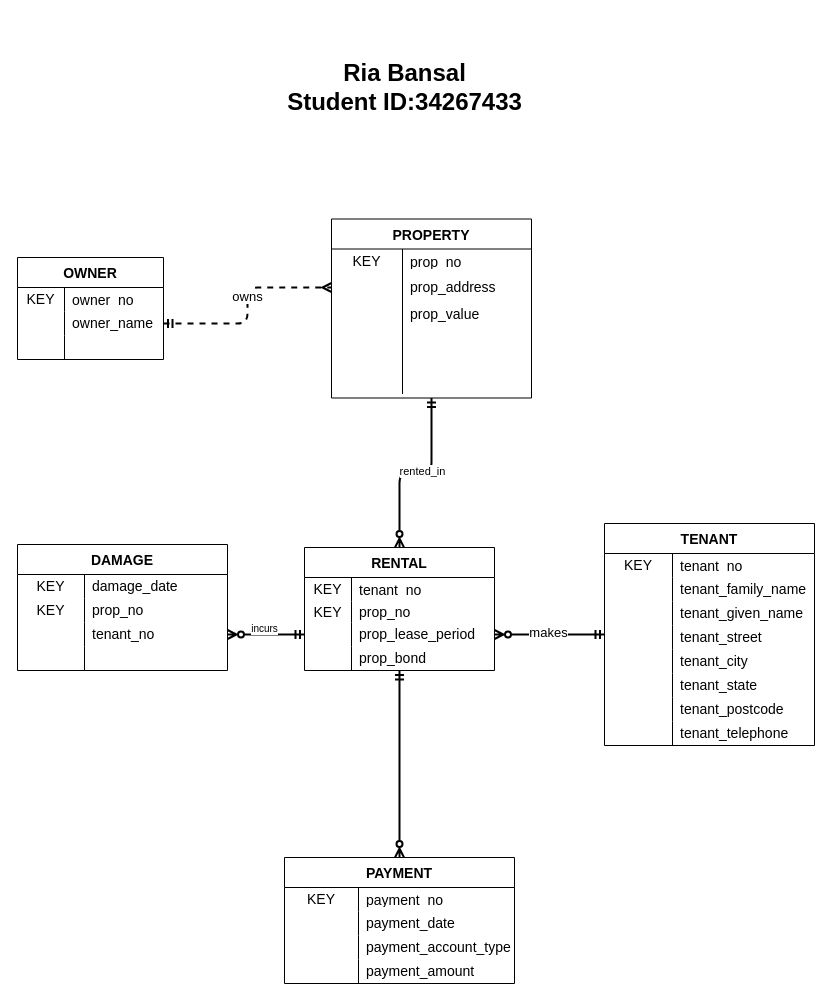
This is Applied/App02/prs_conceptual.drawio from riabansal27/databases-project, a draw.io file, before an edit. Source tidied: cells renumbered, new cells numbered last; positions are measured from the earlier drawing's top-left corner, leaving out a move shared by most shapes. Both pictures are drawn from the tidied source at 100%, with x=0, y=0 at pixel (17, 47).
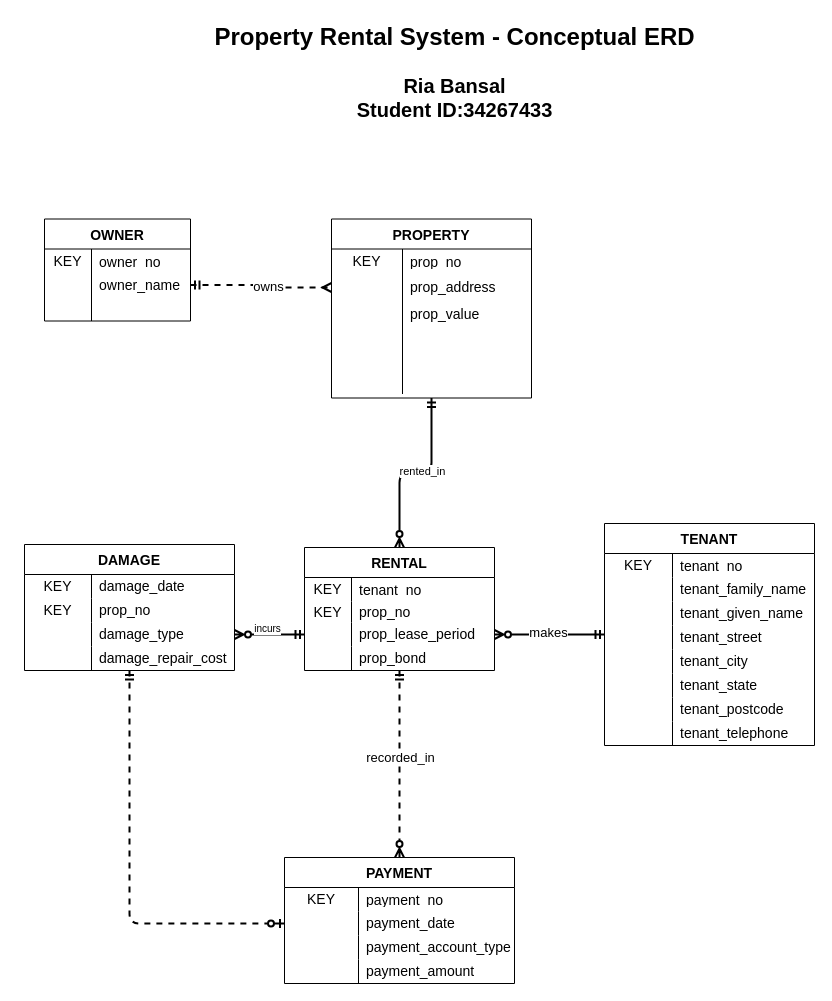
After the change.

The change refers to these unchanged cells:
```xml
<mxCell id="12" value="PAYMENT" style="shape=table;startSize=30;childLayout=tableLayout;rowLines=0;fontStyle=1;fontSize=14;strokeWidth=1;rounded=0;" parent="1" vertex="1">
  <mxGeometry x="267" y="810" width="230" height="126" as="geometry" />
</mxCell>
<mxCell id="16" style="shape=tableRow;horizontal=0;startSize=0;swimlaneHead=0;swimlaneBody=0;top=0;left=0;bottom=0;right=0;fillColor=none;points=[[0,0.5],[1,0.5]];portConstraint=eastwest;strokeColor=inherit;fontSize=16;" parent="12" vertex="1">
  <mxGeometry y="54" width="230" height="24" as="geometry" />
</mxCell>
<mxCell id="45" value="RENTAL" style="shape=table;startSize=30;childLayout=tableLayout;rowLines=0;fontStyle=1;fontSize=14;strokeWidth=1;rounded=0;" parent="1" vertex="1">
  <mxGeometry x="287" y="500" width="190" height="123" as="geometry" />
</mxCell>
<mxCell id="52" style="shape=tableRow;horizontal=0;startSize=0;swimlaneHead=0;swimlaneBody=0;top=0;left=0;bottom=0;right=0;fillColor=none;points=[[0,0.5],[1,0.5]];portConstraint=eastwest;strokeColor=inherit;fontSize=16;" parent="45" vertex="1">
  <mxGeometry y="75" width="190" height="24" as="geometry" />
</mxCell>
<mxCell id="90" style="shape=tableRow;horizontal=0;startSize=0;swimlaneHead=0;swimlaneBody=0;top=0;left=0;bottom=0;right=0;fillColor=none;points=[[0,0.5],[1,0.5]];portConstraint=eastwest;strokeColor=inherit;fontSize=16;" parent="83" vertex="1">
  <mxGeometry y="78" width="210" height="24" as="geometry" />
</mxCell>
<mxCell id="93" style="shape=tableRow;horizontal=0;startSize=0;swimlaneHead=0;swimlaneBody=0;top=0;left=0;bottom=0;right=0;fillColor=none;strokeColor=inherit;fontSize=16;" parent="83" vertex="1">
  <mxGeometry y="102" width="210" height="24" as="geometry" />
</mxCell>
```

Change to the diagram source:
```diff
@@
     <mxCell id="2" value="OWNER" style="shape=table;startSize=30;childLayout=tableLayout;rowLines=0;fontStyle=1;fontSize=14;strokeWidth=1;rounded=0;" parent="1" vertex="1">
-      <mxGeometry y="210" width="146" height="102" as="geometry" />
+      <mxGeometry x="27" y="171.5" width="146" height="102" as="geometry" />
     </mxCell>
@@
-    <mxCell id="44" style="endArrow=ERzeroToMany;endFill=0;startArrow=ERmandOne;startFill=0;edgeStyle=orthogonalEdgeStyle;strokeWidth=2;" parent="1" edge="1" source="45" target="12">
+    <mxCell id="44" style="endArrow=ERzeroToMany;endFill=0;startArrow=ERmandOne;startFill=0;edgeStyle=orthogonalEdgeStyle;strokeWidth=2;dashed=1;" parent="1" edge="1" source="45" target="12">
       <mxGeometry relative="1" as="geometry" />
     </mxCell>
+    <mxCell id="105" value="recorded_in" style="edgeLabel;html=1;align=center;verticalAlign=middle;fontSize=13;" parent="44" vertex="1">
+      <mxGeometry x="-0.08" relative="1" as="geometry" />
+    </mxCell>
@@
+    <mxCell id="106" style="endArrow=ERzeroToOne;endFill=0;startArrow=ERmandOne;startFill=0;dashed=1;edgeStyle=orthogonalEdgeStyle;strokeWidth=2;" parent="1" edge="1" source="83" target="16">
+      <mxGeometry relative="1" as="geometry" />
+    </mxCell>
     <mxCell id="83" value="DAMAGE" style="shape=table;startSize=30;childLayout=tableLayout;rowLines=0;fontStyle=1;fontSize=14;strokeWidth=1;rounded=0;" parent="1" vertex="1">
-      <mxGeometry y="497" width="210" height="126" as="geometry" />
+      <mxGeometry x="7" y="497" width="210" height="126" as="geometry" />
     </mxCell>
@@
-    <mxCell id="92" value="tenant_no" style="shape=partialRectangle;html=1;whiteSpace=wrap;fillColor=none;top=0;left=0;bottom=0;right=0;align=left;spacingLeft=6;overflow=hidden;strokeColor=inherit;fontSize=14;" parent="90" vertex="1">
+    <mxCell id="92" value="damage_type" style="shape=partialRectangle;html=1;whiteSpace=wrap;fillColor=none;top=0;left=0;bottom=0;right=0;align=left;spacingLeft=6;overflow=hidden;strokeColor=inherit;fontSize=14;" parent="90" vertex="1">
       <mxGeometry x="67" width="143" height="24" as="geometry" />
     </mxCell>
@@
-    <mxCell id="95" style="shape=partialRectangle;html=1;whiteSpace=wrap;fillColor=none;top=0;left=0;bottom=0;right=0;align=left;spacingLeft=6;overflow=hidden;strokeColor=inherit;fontSize=14;" parent="93" vertex="1">
+    <mxCell id="95" value="damage_repair_cost" style="shape=partialRectangle;html=1;whiteSpace=wrap;fillColor=none;top=0;left=0;bottom=0;right=0;align=left;spacingLeft=6;overflow=hidden;strokeColor=inherit;fontSize=14;" parent="93" vertex="1">
       <mxGeometry x="67" width="143" height="24" as="geometry" />
     </mxCell>
@@
-    <mxCell id="100" value="Ria Bansal&lt;div&gt;Student ID:34267433&lt;/div&gt;" style="text;strokeColor=none;fillColor=none;html=1;fontSize=24;fontStyle=1;verticalAlign=middle;align=center;" parent="1" vertex="1">
-      <mxGeometry x="267" width="240" height="80" as="geometry" />
+    <mxCell id="100" value="Ria Bansal&lt;div&gt;Student ID:34267433&lt;/div&gt;" style="text;strokeColor=none;fillColor=none;html=1;fontSize=20;fontStyle=1;verticalAlign=middle;align=center;" parent="1" vertex="1">
+      <mxGeometry x="317" y="10" width="240" height="80" as="geometry" />
     </mxCell>
@@
-    <mxCell id="103" style="endArrow=ERzeroToMany;endFill=0;startArrow=ERmandOne;startFill=0;edgeStyle=orthogonalEdgeStyle;strokeWidth=2;" parent="1" edge="1" source="52" target="90">
+    <mxCell id="103" style="endArrow=ERzeroToMany;endFill=0;startArrow=ERmandOne;startFill=0;edgeStyle=orthogonalEdgeStyle;strokeWidth=2;fontSize=12;" parent="1" edge="1" source="52" target="90">
       <mxGeometry relative="1" as="geometry" />
     </mxCell>
@@
+    <mxCell id="107" value="Property Rental System - Conceptual ERD" style="text;strokeColor=none;fillColor=none;html=1;fontSize=24;fontStyle=1;verticalAlign=middle;align=center;" parent="1" vertex="1">
+      <mxGeometry x="387" y="-30" width="100" height="40" as="geometry" />
+    </mxCell>
```
